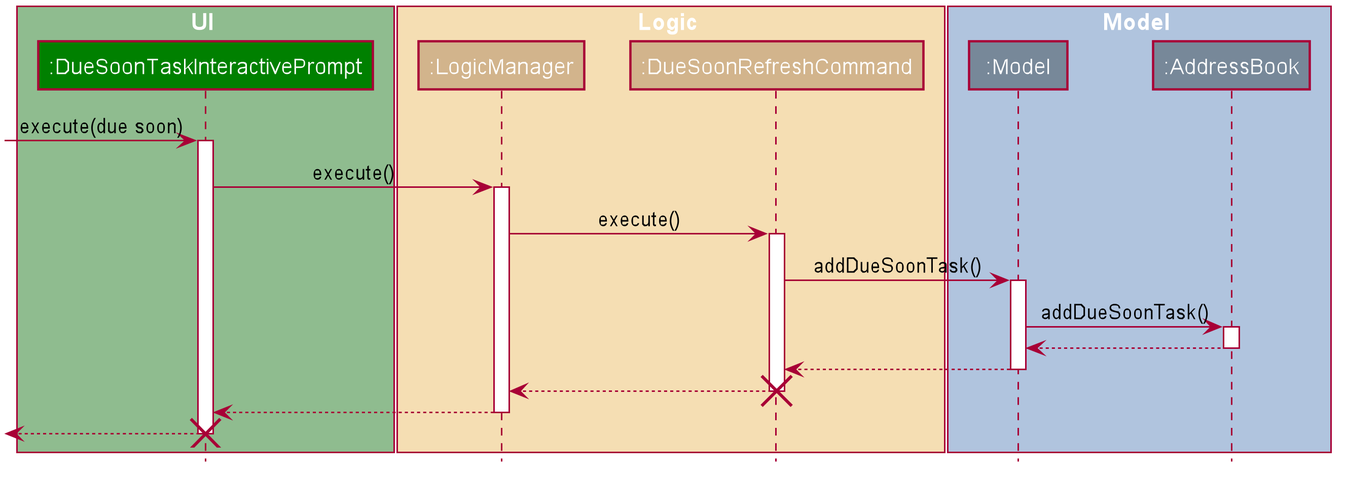
Above: docs/images/DueSoonSequenceDiagram.png in wyt-sonia/main (PlantUML), before the change.
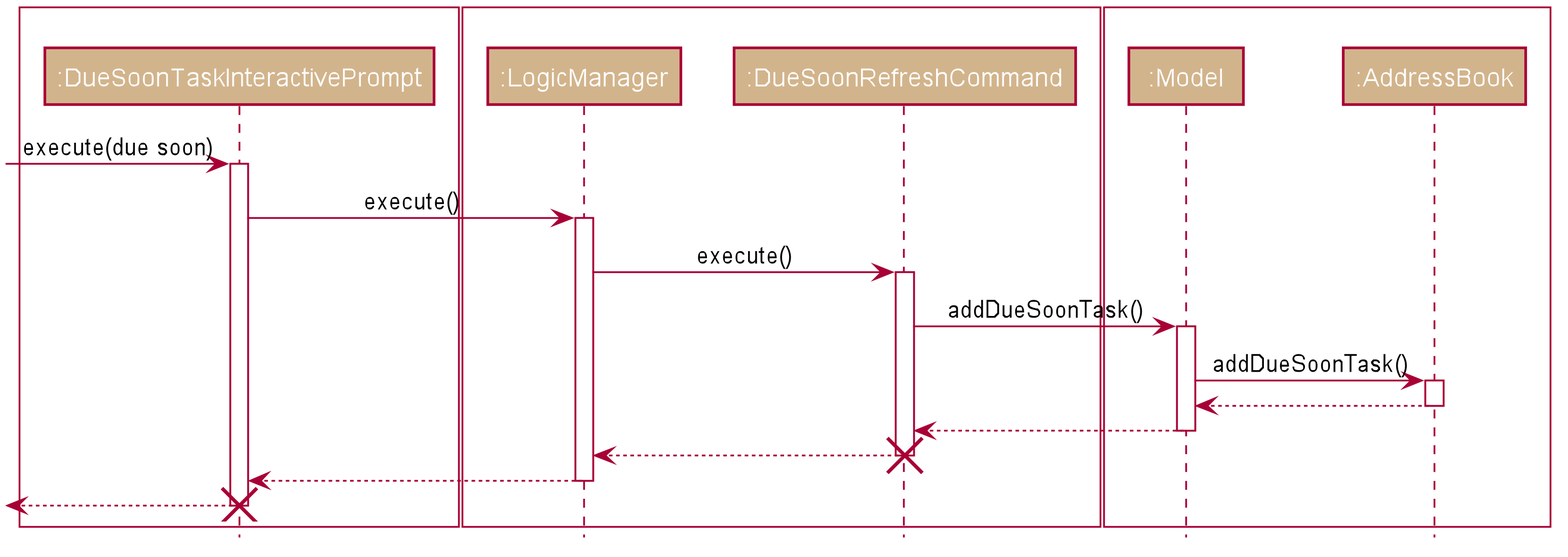
Above is the later version.

Commit message:
Developer guide update

Change to the diagram source:
```diff
@@ -48,18 +48,18 @@
 hide members
 hide circle
 
-box UI #8FBC8F
-participant ":DueSoonTaskInteractivePrompt" as DueSoonTaskInteractivePrompt #008000
+box UI #FFFFFF
+participant ":DueSoonTaskInteractivePrompt" as DueSoonTaskInteractivePrompt #D2B48C
 end box
 
-box Logic #F5DEB3
+box Logic #FFFFFF
 participant ":LogicManager" as LogicManager #D2B48C
 participant ":DueSoonRefreshCommand" as DueSoonRefreshCommand #D2B48C
 end box
 
-box Model #B0C4DE
-participant ":Model" as Model #778899
-participant ":AddressBook" as AddressBook #778899
+box Model #FFFFFF
+participant ":Model" as Model #D2B48C
+participant ":AddressBook" as AddressBook #D2B48C
 end box
 
 [-> DueSoonTaskInteractivePrompt : execute(due soon)
```
